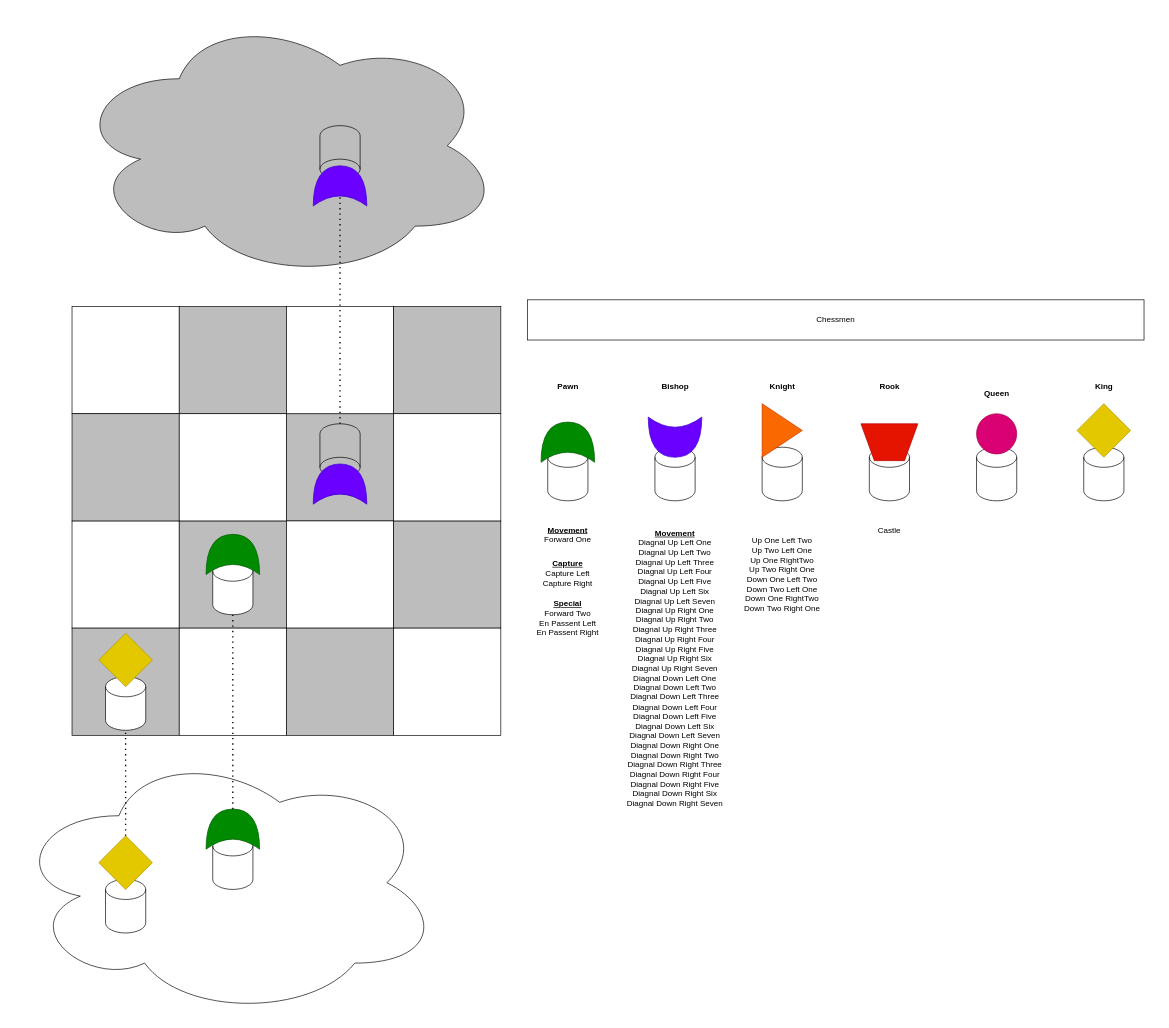
Matt-and-Gib/glichess keeps this draw.io diagram as documentation/Chessmen.drawio. Above is the earlier version. Source tidied: cells renumbered, new cells numbered last; positions are measured from the earlier drawing's top-left corner, leaving out a move shared by most shapes. Both pictures are drawn from the tidied source at 67%, with x=0, y=0 at pixel (11, 11).
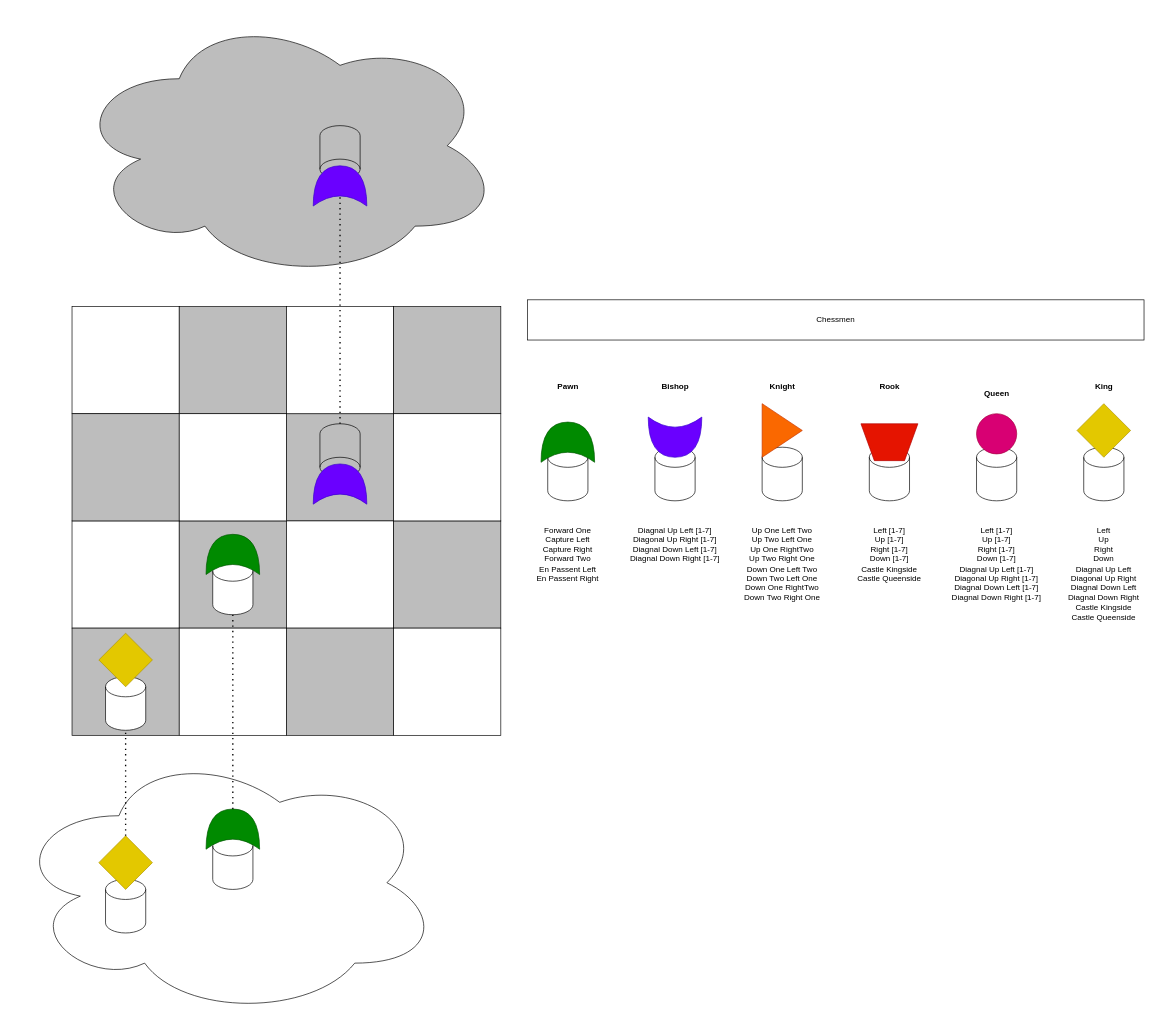
Above is the later version.

Diff of the diagram source:
```diff
@@
-    <mxCell id="38" value="&lt;b&gt;&lt;u&gt;Movement&lt;/u&gt;&lt;/b&gt;&lt;br&gt;Forward One" style="text;html=1;strokeColor=none;fillColor=none;align=center;verticalAlign=top;whiteSpace=wrap;rounded=0;" parent="1" vertex="1">
-      <mxGeometry x="750" y="760" width="160" height="50" as="geometry" />
+    <mxCell id="38" value="Forward One&lt;br&gt;Capture Left&lt;br&gt;Capture Right&lt;br&gt;Forward Two&lt;br&gt;En Passent Left&lt;br&gt;En Passent Right" style="text;html=1;strokeColor=none;fillColor=none;align=center;verticalAlign=top;whiteSpace=wrap;rounded=0;" parent="1" vertex="1">
+      <mxGeometry x="750" y="760" width="160" height="120" as="geometry" />
     </mxCell>
@@
-    <mxCell id="53" value="&lt;b&gt;&lt;u&gt;Movement&lt;/u&gt;&lt;/b&gt;&lt;br&gt;Diagnal Up Left One&lt;br&gt;Diagnal Up Left Two&lt;br&gt;Diagnal Up Left Three&lt;br&gt;Diagnal Up Left Four&lt;br&gt;Diagnal Up Left Five&lt;br&gt;Diagnal Up Left Six&lt;br&gt;Diagnal Up Left Seven&lt;br&gt;Diagnal Up Right One&lt;br&gt;Diagnal Up Right&amp;nbsp;Two&lt;br&gt;Diagnal Up Right&amp;nbsp;Three&lt;br&gt;Diagnal Up Right&amp;nbsp;Four&lt;br&gt;Diagnal Up Right&amp;nbsp;Five&lt;br&gt;Diagnal Up Right&amp;nbsp;Six&lt;br&gt;Diagnal Up Right&amp;nbsp;Seven&lt;br&gt;Diagnal Down Left One&lt;br&gt;Diagnal Down&amp;nbsp;Left Two&lt;br&gt;Diagnal Down&amp;nbsp;Left Three&lt;br&gt;Diagnal Down&amp;nbsp;Left Four&lt;br&gt;Diagnal Down&amp;nbsp;Left Five&lt;br&gt;Diagnal Down&amp;nbsp;Left Six&lt;br&gt;Diagnal Down&amp;nbsp;Left Seven&lt;br&gt;Diagnal Down&amp;nbsp;Right One&lt;br&gt;Diagnal Down&amp;nbsp;Right&amp;nbsp;Two&lt;br&gt;Diagnal Down&amp;nbsp;Right&amp;nbsp;Three&lt;br&gt;Diagnal Down&amp;nbsp;Right&amp;nbsp;Four&lt;br&gt;Diagnal Down&amp;nbsp;Right&amp;nbsp;Five&lt;br&gt;Diagnal Down&amp;nbsp;Right&amp;nbsp;Six&lt;br&gt;Diagnal Down&amp;nbsp;Right&amp;nbsp;Seven" style="text;html=1;strokeColor=none;fillColor=none;align=center;verticalAlign=middle;whiteSpace=wrap;rounded=0;" parent="1" vertex="1">
-      <mxGeometry x="910" y="760" width="160" height="440" as="geometry" />
+    <mxCell id="53" value="Diagnal Up Left [1-7]&lt;br&gt;Diagonal Up Right [1-7]&lt;br&gt;Diagnal Down Left [1-7]&lt;br&gt;Diagnal Down Right [1-7]" style="text;html=1;strokeColor=none;fillColor=none;align=center;verticalAlign=top;whiteSpace=wrap;rounded=0;" parent="1" vertex="1">
+      <mxGeometry x="910" y="760" width="160" height="120" as="geometry" />
     </mxCell>
@@
-    <mxCell id="55" value="Up One Left Two&lt;br&gt;Up Two Left One&lt;br&gt;Up One RightTwo&lt;br&gt;Up Two Right One&lt;br&gt;Down One Left Two&lt;br&gt;Down&amp;nbsp;Two Left One&lt;br&gt;Down&amp;nbsp;One RightTwo&lt;br&gt;Down&amp;nbsp;Two Right One" style="text;html=1;strokeColor=none;fillColor=none;align=center;verticalAlign=middle;whiteSpace=wrap;rounded=0;" parent="1" vertex="1">
+    <mxCell id="55" value="Up One Left Two&lt;br&gt;Up Two Left One&lt;br&gt;Up One RightTwo&lt;br&gt;Up Two Right One&lt;br&gt;Down One Left Two&lt;br&gt;Down&amp;nbsp;Two Left One&lt;br&gt;Down&amp;nbsp;One RightTwo&lt;br&gt;Down&amp;nbsp;Two Right One" style="text;html=1;strokeColor=none;fillColor=none;align=center;verticalAlign=top;whiteSpace=wrap;rounded=0;" parent="1" vertex="1">
       <mxGeometry x="1070" y="760" width="160" height="160" as="geometry" />
     </mxCell>
-    <mxCell id="56" value="Castle" style="text;html=1;strokeColor=none;fillColor=none;align=center;verticalAlign=middle;whiteSpace=wrap;rounded=0;" parent="1" vertex="1">
-      <mxGeometry x="1230" y="760" width="160" height="30" as="geometry" />
+    <mxCell id="56" value="Left [1-7]&lt;br&gt;Up [1-7]&lt;br&gt;Right [1-7]&lt;br&gt;Down [1-7]&lt;br&gt;Castle Kingside&lt;br&gt;Castle Queenside" style="text;html=1;strokeColor=none;fillColor=none;align=center;verticalAlign=top;whiteSpace=wrap;rounded=0;" parent="1" vertex="1">
+      <mxGeometry x="1230" y="760" width="160" height="250" as="geometry" />
     </mxCell>
-    <mxCell id="57" value="&lt;b&gt;&lt;u&gt;Capture&lt;/u&gt;&lt;/b&gt;&lt;br&gt;Capture Left&lt;br&gt;Capture Right" style="text;html=1;strokeColor=none;fillColor=none;align=center;verticalAlign=top;whiteSpace=wrap;rounded=0;" parent="1" vertex="1">
-      <mxGeometry x="750" y="810" width="160" height="60" as="geometry" />
-    </mxCell>
-    <mxCell id="58" value="&lt;b&gt;&lt;u&gt;Special&lt;/u&gt;&lt;/b&gt;&lt;br&gt;Forward Two&lt;br&gt;En Passent Left&lt;br&gt;En Passent Right" style="text;html=1;strokeColor=none;fillColor=none;align=center;verticalAlign=top;whiteSpace=wrap;rounded=0;" parent="1" vertex="1">
-      <mxGeometry x="750" y="870" width="160" height="80" as="geometry" />
-    </mxCell>
@@
+    <mxCell id="60" value="Left [1-7]&lt;br&gt;Up [1-7]&lt;br&gt;Right [1-7]&lt;br&gt;Down [1-7]&lt;br&gt;Diagnal Up Left [1-7]&lt;br&gt;Diagonal Up Right [1-7]&lt;br&gt;Diagnal Down Left [1-7]&lt;br&gt;Diagnal Down Right [1-7]" style="text;html=1;strokeColor=none;fillColor=none;align=center;verticalAlign=top;whiteSpace=wrap;rounded=0;" parent="1" vertex="1">
+      <mxGeometry x="1390" y="760" width="160" height="200" as="geometry" />
+    </mxCell>
+    <mxCell id="61" value="Left&lt;br&gt;Up&lt;br&gt;Right&lt;br&gt;Down&lt;br&gt;Diagnal Up Left&lt;br&gt;Diagonal Up Right&lt;br&gt;Diagnal Down Left&lt;br&gt;Diagnal Down Right&lt;br&gt;Castle Kingside&lt;br&gt;Castle Queenside" style="text;html=1;strokeColor=none;fillColor=none;align=center;verticalAlign=top;whiteSpace=wrap;rounded=0;" parent="1" vertex="1">
+      <mxGeometry x="1550" y="760" width="160" height="160" as="geometry" />
+    </mxCell>
```
